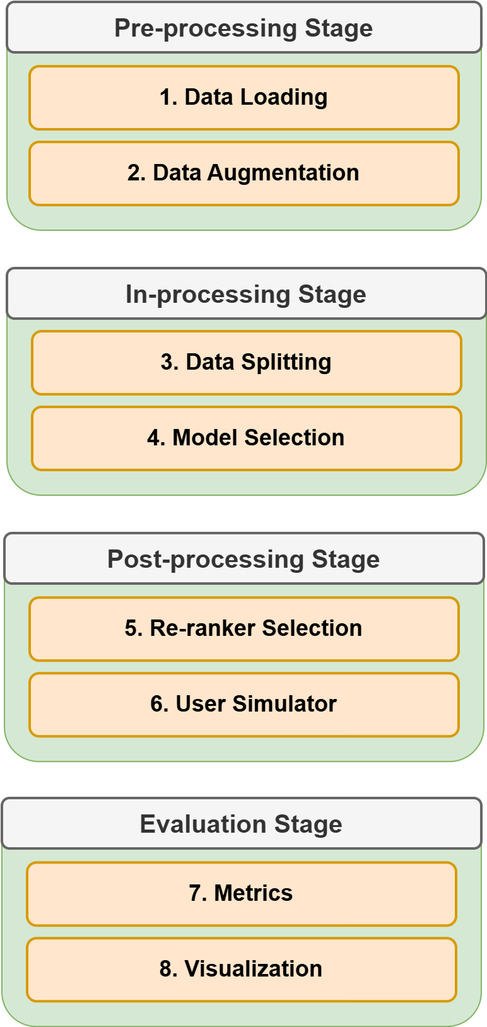
Earlier version of the draw.io export docs/source/img/presentation_assets/framework_extension_v4.2_simple.png (Informfully/Documentation). Source tidied: cells renumbered, new cells last; positions are measured from the earlier drawing's top-left corner, leaving out a move shared by most shapes.
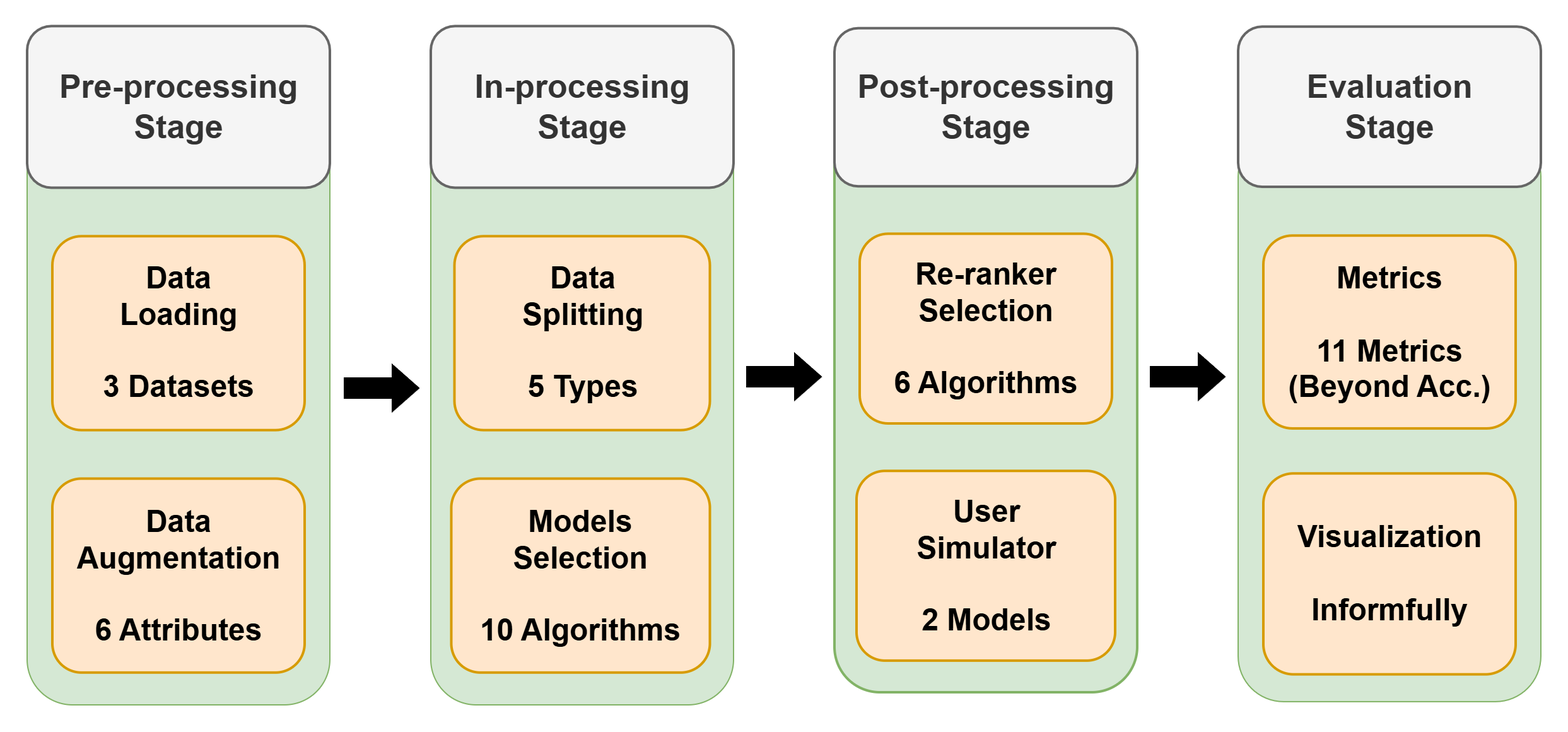
Later version of the same file.

Commit message:
Updated overview diagrams

Change to the diagram source:
```diff
@@ -2,53 +2,95 @@
   <root>
     <mxCell id="0" />
     <mxCell id="1" parent="0" />
-    <mxCell id="2" style="rounded=1;whiteSpace=wrap;html=1;fillColor=#d5e8d4;strokeColor=#82b366;" parent="1" vertex="1">
-      <mxGeometry x="4" width="376" height="181" as="geometry" />
+    <mxCell id="2" style="group;strokeWidth=2;" parent="1" vertex="1">
+      <mxGeometry x="337" y="225" width="240" height="461" as="geometry" />
     </mxCell>
-    <mxCell id="3" value="&lt;font style=&quot;font-size: 18px;&quot;&gt;&lt;b style=&quot;&quot;&gt;1. Data Loading&lt;/b&gt;&lt;/font&gt;" style="rounded=1;whiteSpace=wrap;html=1;fillColor=#ffe6cc;strokeColor=#d79b00;strokeWidth=2;" parent="1" vertex="1">
-      <mxGeometry x="22" y="51" width="340" height="50" as="geometry" />
+    <mxCell id="3" style="rounded=1;whiteSpace=wrap;html=1;fillColor=#d5e8d4;strokeColor=#82b366;" parent="2" vertex="1">
+      <mxGeometry width="240" height="461" as="geometry" />
     </mxCell>
-    <mxCell id="4" value="&lt;b&gt;&lt;font style=&quot;font-size: 20px;&quot;&gt;Pre-processing Stage&lt;/font&gt;&lt;/b&gt;" style="rounded=1;whiteSpace=wrap;html=1;fillColor=#f5f5f5;strokeColor=#666666;fontColor=#333333;strokeWidth=2;" parent="1" vertex="1">
-      <mxGeometry x="4" width="376" height="40" as="geometry" />
+    <mxCell id="4" value="&lt;b&gt;&lt;font style=&quot;font-size: 26px;&quot;&gt;In-processing&lt;br&gt;Stage&lt;/font&gt;&lt;/b&gt;" style="rounded=1;whiteSpace=wrap;html=1;fillColor=#f5f5f5;strokeColor=#666666;fontColor=#333333;strokeWidth=2;" parent="2" vertex="1">
+      <mxGeometry y="-76.8" width="240" height="128.1" as="geometry" />
     </mxCell>
-    <mxCell id="5" value="&lt;font style=&quot;font-size: 18px;&quot;&gt;&lt;b style=&quot;&quot;&gt;2. Data Augmentation&lt;/b&gt;&lt;/font&gt;" style="rounded=1;whiteSpace=wrap;html=1;fillColor=#ffe6cc;strokeColor=#d79b00;strokeWidth=2;" parent="1" vertex="1">
-      <mxGeometry x="22" y="111" width="340" height="50" as="geometry" />
+    <mxCell id="5" value="&lt;b&gt;&lt;font style=&quot;font-size: 24px;&quot;&gt;Data &lt;br&gt;Splitting&lt;/font&gt;&lt;/b&gt;&lt;div&gt;&lt;b&gt;&lt;font style=&quot;font-size: 24px;&quot;&gt;&lt;br&gt;5 Types&lt;/font&gt;&lt;/b&gt;&lt;/div&gt;" style="rounded=1;whiteSpace=wrap;html=1;fillColor=#ffe6cc;strokeColor=#d79b00;strokeWidth=2;" parent="2" vertex="1">
+      <mxGeometry x="18.8" y="89.6" width="202.5" height="153.7" as="geometry" />
     </mxCell>
-    <mxCell id="6" style="rounded=1;whiteSpace=wrap;html=1;fillColor=#d5e8d4;strokeColor=#82b366;" parent="1" vertex="1">
-      <mxGeometry x="4" y="211" width="380" height="180" as="geometry" />
+    <mxCell id="6" value="&lt;b&gt;&lt;font&gt;&lt;font style=&quot;font-size: 24px;&quot;&gt;Models&lt;br&gt;Selection&lt;/font&gt;&lt;/font&gt;&lt;/b&gt;&lt;div&gt;&lt;b&gt;&lt;font&gt;&lt;font style=&quot;font-size: 24px;&quot;&gt;&lt;br&gt;10 Algorithms&lt;/font&gt;&lt;/font&gt;&lt;/b&gt;&lt;/div&gt;" style="rounded=1;whiteSpace=wrap;html=1;fillColor=#ffe6cc;strokeColor=#d79b00;strokeWidth=2;" parent="2" vertex="1">
+      <mxGeometry x="16.2" y="281.7" width="205" height="153.7" as="geometry" />
     </mxCell>
-    <mxCell id="7" value="&lt;b&gt;&lt;font style=&quot;font-size: 20px;&quot;&gt;In-processing Stage&lt;/font&gt;&lt;/b&gt;" style="rounded=1;whiteSpace=wrap;html=1;fillColor=#f5f5f5;strokeColor=#666666;fontColor=#333333;strokeWidth=2;" parent="1" vertex="1">
-      <mxGeometry x="4" y="211" width="380" height="40" as="geometry" />
+    <mxCell id="7" style="group;" parent="1" vertex="1">
+      <mxGeometry x="268" y="426" width="699" height="9" as="geometry" />
     </mxCell>
-    <mxCell id="8" value="&lt;b&gt;&lt;font style=&quot;font-size: 18px;&quot;&gt;3. Data Splitting&lt;/font&gt;&lt;/b&gt;" style="rounded=1;whiteSpace=wrap;html=1;fillColor=#ffe6cc;strokeColor=#d79b00;strokeWidth=2;" parent="1" vertex="1">
-      <mxGeometry x="24" y="261" width="340" height="50" as="geometry" />
+    <mxCell id="8" style="shape=flexArrow;endArrow=classic;html=1;rounded=0;width=16;endSize=6.67;fillColor=#000000;" parent="7" edge="1">
+      <mxGeometry relative="1" as="geometry">
+        <mxPoint y="9" as="sourcePoint" />
+        <mxPoint x="60" y="9" as="targetPoint" />
+      </mxGeometry>
     </mxCell>
-    <mxCell id="9" value="&lt;b&gt;&lt;font&gt;&lt;font style=&quot;font-size: 18px;&quot;&gt;4. Model Selection&lt;/font&gt;&lt;/font&gt;&lt;/b&gt;" style="rounded=1;whiteSpace=wrap;html=1;fillColor=#ffe6cc;strokeColor=#d79b00;strokeWidth=2;" parent="1" vertex="1">
-      <mxGeometry x="24" y="321" width="340" height="50" as="geometry" />
+    <mxCell id="9" style="shape=flexArrow;endArrow=classic;html=1;rounded=0;width=16;endSize=6.67;fillColor=#000000;" parent="7" edge="1">
+      <mxGeometry relative="1" as="geometry">
+        <mxPoint x="319" as="sourcePoint" />
+        <mxPoint x="379" as="targetPoint" />
+      </mxGeometry>
     </mxCell>
-    <mxCell id="10" style="rounded=1;whiteSpace=wrap;html=1;fillColor=#d5e8d4;strokeColor=#82b366;" parent="1" vertex="1">
-      <mxGeometry x="2" y="421" width="380" height="181.1" as="geometry" />
+    <mxCell id="10" style="shape=flexArrow;endArrow=classic;html=1;rounded=0;width=16;endSize=6.67;fillColor=#000000;" parent="7" edge="1">
+      <mxGeometry relative="1" as="geometry">
+        <mxPoint x="639" as="sourcePoint" />
+        <mxPoint x="699" as="targetPoint" />
+      </mxGeometry>
     </mxCell>
-    <mxCell id="11" value="&lt;b&gt;&lt;font style=&quot;font-size: 20px;&quot;&gt;Post-processing Stage&lt;/font&gt;&lt;/b&gt;" style="rounded=1;whiteSpace=wrap;html=1;fillColor=#f5f5f5;strokeColor=#666666;fontColor=#333333;strokeWidth=2;" parent="1" vertex="1">
-      <mxGeometry x="2" y="421" width="380" height="40" as="geometry" />
+    <mxCell id="11" style="group;" parent="1" vertex="1">
+      <mxGeometry x="17" y="225" width="240" height="461" as="geometry" />
     </mxCell>
-    <mxCell id="12" value="&lt;b&gt;&lt;font style=&quot;font-size: 18px;&quot;&gt;5. Re-ranker Selection&lt;/font&gt;&lt;/b&gt;" style="rounded=1;whiteSpace=wrap;html=1;fillColor=#ffe6cc;strokeColor=#d79b00;strokeWidth=2;" parent="1" vertex="1">
-      <mxGeometry x="22" y="472.1" width="340" height="50" as="geometry" />
+    <mxCell id="12" style="group;strokeWidth=2;" parent="11" vertex="1">
+      <mxGeometry width="240" height="461" as="geometry" />
     </mxCell>
-    <mxCell id="13" value="&lt;b&gt;&lt;font style=&quot;font-size: 18px;&quot;&gt;6. User Simulator&lt;/font&gt;&lt;/b&gt;" style="rounded=1;whiteSpace=wrap;html=1;fillColor=#ffe6cc;strokeColor=#d79b00;strokeWidth=2;" parent="1" vertex="1">
-      <mxGeometry x="22" y="532.1" width="340" height="50" as="geometry" />
+    <mxCell id="13" style="rounded=1;whiteSpace=wrap;html=1;fillColor=#d5e8d4;strokeColor=#82b366;" parent="12" vertex="1">
+      <mxGeometry width="240" height="461" as="geometry" />
     </mxCell>
-    <mxCell id="14" style="rounded=1;whiteSpace=wrap;html=1;fillColor=#d5e8d4;strokeColor=#82b366;" parent="1" vertex="1">
-      <mxGeometry y="631" width="380" height="181.1" as="geometry" />
+    <mxCell id="14" value="&lt;b&gt;&lt;font style=&quot;font-size: 26px;&quot;&gt;Pre-processing Stage&lt;/font&gt;&lt;/b&gt;" style="rounded=1;whiteSpace=wrap;html=1;fillColor=#f5f5f5;strokeColor=#666666;fontColor=#333333;strokeWidth=2;" parent="12" vertex="1">
+      <mxGeometry y="-76.8" width="240" height="128.1" as="geometry" />
     </mxCell>
-    <mxCell id="15" value="&lt;b&gt;&lt;font style=&quot;font-size: 20px;&quot;&gt;Evaluation Stage&lt;/font&gt;&lt;/b&gt;" style="rounded=1;whiteSpace=wrap;html=1;fillColor=#f5f5f5;strokeColor=#666666;fontColor=#333333;strokeWidth=2;" parent="1" vertex="1">
-      <mxGeometry y="631" width="380" height="40" as="geometry" />
+    <mxCell id="15" value="&lt;font style=&quot;font-size: 24px;&quot;&gt;&lt;b style=&quot;&quot;&gt;Data&lt;br&gt;Loading&lt;br&gt;&lt;br&gt;&lt;/b&gt;&lt;/font&gt;&lt;div&gt;&lt;font style=&quot;font-size: 24px;&quot;&gt;&lt;b style=&quot;&quot;&gt;3 Datasets&lt;/b&gt;&lt;/font&gt;&lt;/div&gt;" style="rounded=1;whiteSpace=wrap;html=1;fillColor=#ffe6cc;strokeColor=#d79b00;strokeWidth=2;" parent="12" vertex="1">
+      <mxGeometry x="20" y="89.6" width="200" height="153.7" as="geometry" />
     </mxCell>
-    <mxCell id="16" value="&lt;b&gt;&lt;font style=&quot;font-size: 18px;&quot;&gt;7. Metrics&lt;/font&gt;&lt;/b&gt;" style="rounded=1;whiteSpace=wrap;html=1;fillColor=#ffe6cc;strokeColor=#d79b00;strokeWidth=2;" parent="1" vertex="1">
-      <mxGeometry x="20" y="682.1" width="340" height="50" as="geometry" />
+    <mxCell id="16" value="&lt;font style=&quot;font-size: 24px;&quot;&gt;&lt;span style=&quot;font-weight: bold;&quot;&gt;Data&lt;br&gt;&lt;/span&gt;&lt;span style=&quot;font-weight: bold;&quot;&gt;Augmentation&lt;br&gt;&lt;br&gt;6 Attributes&lt;/span&gt;&lt;/font&gt;" style="rounded=1;whiteSpace=wrap;html=1;fillColor=#ffe6cc;strokeColor=#d79b00;strokeWidth=2;" parent="11" vertex="1">
+      <mxGeometry x="20" y="281.7" width="200" height="153.7" as="geometry" />
     </mxCell>
-    <mxCell id="17" value="&lt;b&gt;&lt;font style=&quot;font-size: 18px;&quot;&gt;8. Visualization&lt;/font&gt;&lt;/b&gt;" style="rounded=1;whiteSpace=wrap;html=1;fillColor=#ffe6cc;strokeColor=#d79b00;strokeWidth=2;" parent="1" vertex="1">
-      <mxGeometry x="20" y="742.1" width="340" height="50" as="geometry" />
+    <mxCell id="17" style="group;" parent="1" vertex="1">
+      <mxGeometry x="657" y="225" width="240" height="451" as="geometry" />
     </mxCell>
+    <mxCell id="18" style="group;strokeWidth=2;" parent="17" vertex="1">
+      <mxGeometry width="240" height="451" as="geometry" />
+    </mxCell>
+    <mxCell id="19" style="rounded=1;whiteSpace=wrap;html=1;fillColor=#d5e8d4;strokeColor=#82b366;strokeWidth=2;" parent="18" vertex="1">
+      <mxGeometry width="240" height="451" as="geometry" />
+    </mxCell>
+    <mxCell id="20" value="&lt;b&gt;&lt;font style=&quot;font-size: 26px;&quot;&gt;Post-processing Stage&lt;/font&gt;&lt;/b&gt;" style="rounded=1;whiteSpace=wrap;html=1;fillColor=#f5f5f5;strokeColor=#666666;fontColor=#333333;strokeWidth=2;" parent="18" vertex="1">
+      <mxGeometry y="-75.2" width="240" height="125.3" as="geometry" />
+    </mxCell>
+    <mxCell id="21" value="&lt;b style=&quot;&quot;&gt;&lt;font style=&quot;font-size: 24px;&quot;&gt;User&lt;br&gt;Simulator&lt;/font&gt;&lt;/b&gt;&lt;div&gt;&lt;b style=&quot;&quot;&gt;&lt;font style=&quot;font-size: 24px;&quot;&gt;&lt;br&gt;2 Models&lt;/font&gt;&lt;/b&gt;&lt;/div&gt;" style="rounded=1;whiteSpace=wrap;html=1;fillColor=#ffe6cc;strokeColor=#d79b00;strokeWidth=2;" parent="18" vertex="1">
+      <mxGeometry x="17.5" y="275.6" width="205" height="150.3" as="geometry" />
+    </mxCell>
+    <mxCell id="22" value="&lt;b&gt;&lt;font style=&quot;font-size: 24px;&quot;&gt;Re-ranker&lt;br&gt;Selection&lt;/font&gt;&lt;/b&gt;&lt;div&gt;&lt;span style=&quot;font-size: 24px;&quot;&gt;&lt;b&gt;&lt;br&gt;&lt;/b&gt;&lt;/span&gt;&lt;div&gt;&lt;b&gt;&lt;font style=&quot;font-size: 24px;&quot;&gt;6 Algorithms&lt;/font&gt;&lt;/b&gt;&lt;/div&gt;&lt;/div&gt;" style="rounded=1;whiteSpace=wrap;html=1;fillColor=#ffe6cc;strokeColor=#d79b00;strokeWidth=2;" parent="18" vertex="1">
+      <mxGeometry x="20" y="87.7" width="200" height="150.3" as="geometry" />
+    </mxCell>
+    <mxCell id="23" style="group;" parent="1" vertex="1">
+      <mxGeometry x="977" y="225" width="240" height="461" as="geometry" />
+    </mxCell>
+    <mxCell id="24" style="group;strokeWidth=2;" parent="23" vertex="1">
+      <mxGeometry width="240" height="461" as="geometry" />
+    </mxCell>
+    <mxCell id="25" style="rounded=1;whiteSpace=wrap;html=1;fillColor=#d5e8d4;strokeColor=#82b366;" parent="24" vertex="1">
+      <mxGeometry y="6.3" width="240" height="452.1" as="geometry" />
+    </mxCell>
+    <mxCell id="26" value="&lt;b&gt;&lt;font style=&quot;font-size: 26px;&quot;&gt;Evaluation&lt;br&gt;Stage&lt;/font&gt;&lt;/b&gt;" style="rounded=1;whiteSpace=wrap;html=1;fillColor=#f5f5f5;strokeColor=#666666;fontColor=#333333;strokeWidth=2;" parent="24" vertex="1">
+      <mxGeometry y="-76.4" width="240" height="126.9" as="geometry" />
+    </mxCell>
+    <mxCell id="27" value="&lt;font style=&quot;font-weight: bold; font-size: 24px;&quot;&gt;Metrics&lt;/font&gt;&lt;div&gt;&lt;font style=&quot;font-weight: bold; font-size: 24px;&quot;&gt;&lt;br&gt;11 Metrics (Beyond Acc.)&lt;/font&gt;&lt;/div&gt;" style="rounded=1;whiteSpace=wrap;html=1;fillColor=#ffe6cc;strokeColor=#d79b00;strokeWidth=2;" parent="24" vertex="1">
+      <mxGeometry x="20" y="89.1" width="200" height="152.8" as="geometry" />
+    </mxCell>
+    <mxCell id="28" value="&lt;font style=&quot;font-weight: bold; font-size: 24px;&quot;&gt;Visualization&lt;br&gt;&lt;br&gt;&lt;/font&gt;&lt;div&gt;&lt;font style=&quot;font-weight: bold; font-size: 24px;&quot;&gt;Informfully&lt;/font&gt;&lt;/div&gt;" style="rounded=1;whiteSpace=wrap;html=1;fillColor=#ffe6cc;strokeColor=#d79b00;strokeWidth=2;" parent="23" vertex="1">
+      <mxGeometry x="20" y="277.6" width="200" height="159.2" as="geometry" />
+    </mxCell>
   </root>
 </mxGraphModel>
```
